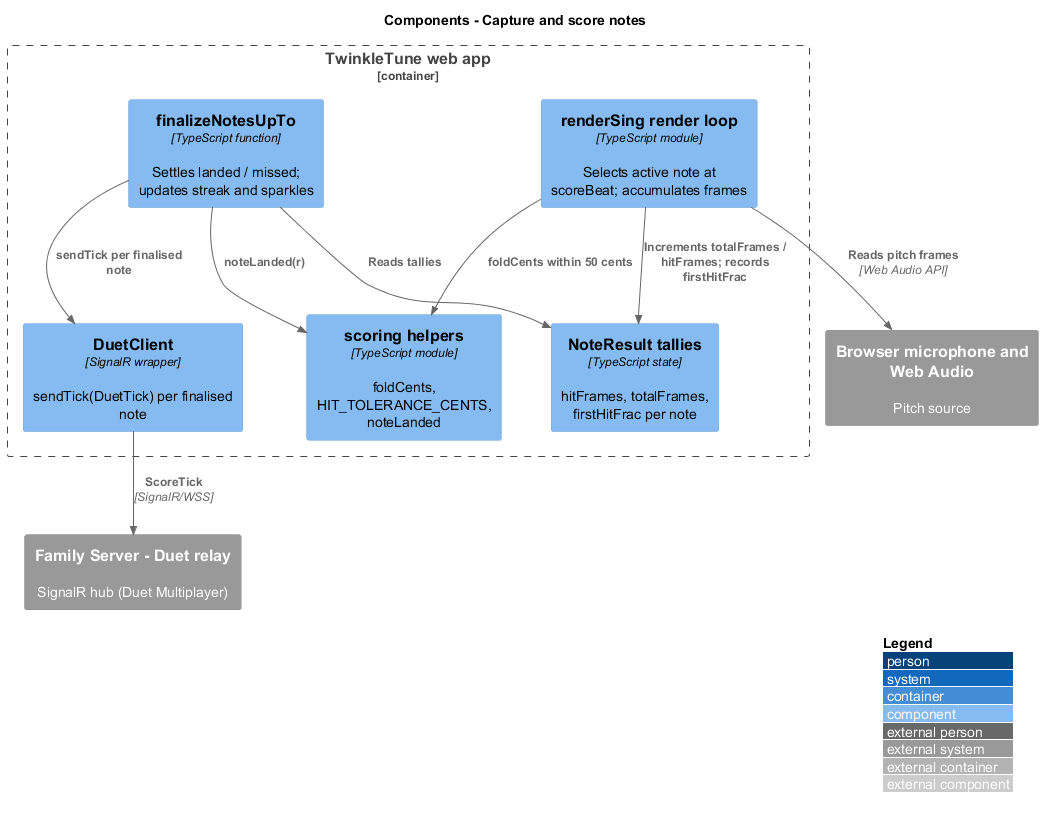
QuinntyneBrown/TwinkleTune keeps this PlantUML diagram as docs/detailed-designs/singing-gameplay/capture-and-score-notes/diagrams/c4-component.png. Above is the earlier version.
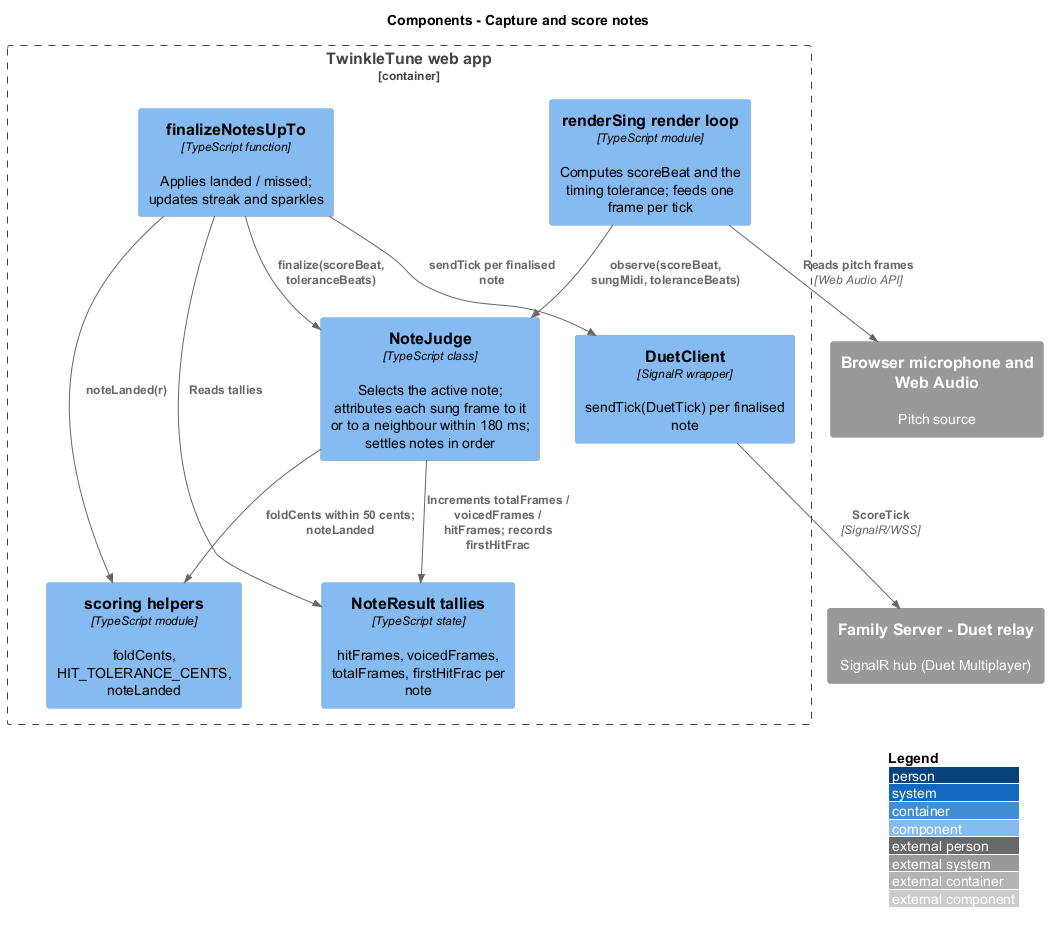
The same file after the commit.

What changed in the source:
```diff
@@ -4,18 +4,21 @@
 title Components - Capture and score notes
 
 Container_Boundary(web, "TwinkleTune web app") {
-  Component(loop, "renderSing render loop", "TypeScript module", "Selects active note at scoreBeat; accumulates frames")
-  Component(results, "NoteResult tallies", "TypeScript state", "hitFrames, totalFrames, firstHitFrac per note")
+  Component(loop, "renderSing render loop", "TypeScript module", "Computes scoreBeat and the timing tolerance; feeds one frame per tick")
+  Component(judge, "NoteJudge", "TypeScript class", "Selects the active note; attributes each sung frame to it or to a neighbour within 180 ms; settles notes in order")
+  Component(results, "NoteResult tallies", "TypeScript state", "hitFrames, voicedFrames, totalFrames, firstHitFrac per note")
   Component(scoring, "scoring helpers", "TypeScript module", "foldCents, HIT_TOLERANCE_CENTS, noteLanded")
-  Component(finalize, "finalizeNotesUpTo", "TypeScript function", "Settles landed / missed; updates streak and sparkles")
+  Component(finalize, "finalizeNotesUpTo", "TypeScript function", "Applies landed / missed; updates streak and sparkles")
   Component(duet, "DuetClient", "SignalR wrapper", "sendTick(DuetTick) per finalised note")
 }
 System_Ext(mic, "Browser microphone and Web Audio", "Pitch source")
 System_Ext(hub, "Family Server - Duet relay", "SignalR hub (Duet Multiplayer)")
 
 Rel(loop, mic, "Reads pitch frames", "Web Audio API")
-Rel(loop, scoring, "foldCents within 50 cents")
-Rel(loop, results, "Increments totalFrames / hitFrames; records firstHitFrac")
+Rel(loop, judge, "observe(scoreBeat, sungMidi, toleranceBeats)")
+Rel(judge, scoring, "foldCents within 50 cents; noteLanded")
+Rel(judge, results, "Increments totalFrames / voicedFrames / hitFrames; records firstHitFrac")
+Rel(finalize, judge, "finalize(scoreBeat, toleranceBeats)")
 Rel(finalize, results, "Reads tallies")
 Rel(finalize, scoring, "noteLanded(r)")
 Rel(finalize, duet, "sendTick per finalised note")
```
